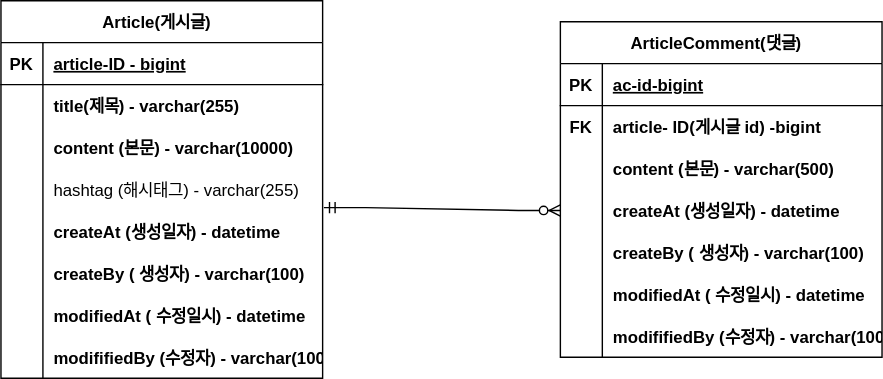
The draw.io diagram document/ERD.svg in sogn2/project-board, before a commit. Source tidied: cells renumbered, new cells last; positions are measured from the earlier drawing's top-left corner, leaving out a move shared by most shapes.
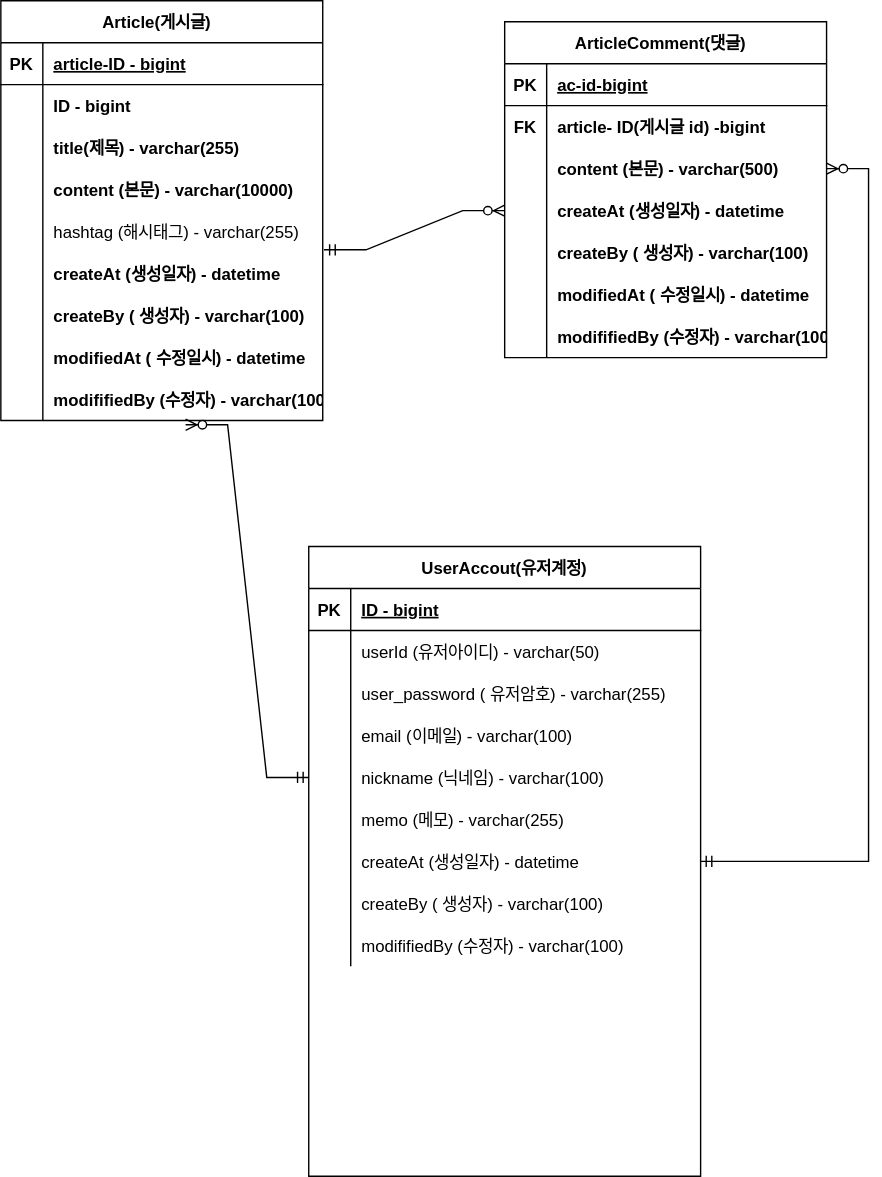
The same diagram one commit later.

Diff of the diagram source:
```diff
@@ -3,7 +3,7 @@
     <mxCell id="0" />
     <mxCell id="1" parent="0" />
     <mxCell id="2" value="Article(게시글)  " style="shape=table;startSize=30;rowLines=0;fontStyle=1;align=center;" parent="1" vertex="1">
-      <mxGeometry width="230" height="270" as="geometry" />
+      <mxGeometry width="230" height="300" as="geometry" />
     </mxCell>
     <mxCell id="3" style="shape=tableRow;horizontal=0;startSize=0;swimlaneHead=0;swimlaneBody=0;fillColor=none;top=0;left=0;right=0;bottom=1;" parent="2" vertex="1">
       <mxGeometry y="30" width="230" height="30" as="geometry" />
@@ -20,11 +20,20 @@
     <mxCell id="7" style="shape=partialRectangle;fillColor=none;top=0;left=0;bottom=0;right=0;overflow=hidden;" parent="6" vertex="1">
       <mxGeometry width="30" height="30" as="geometry" />
     </mxCell>
-    <mxCell id="8" value="title(제목) - varchar(255)" style="shape=partialRectangle;fillColor=none;top=0;left=0;bottom=0;right=0;align=left;spacingLeft=6;overflow=hidden;fontStyle=1;" parent="6" vertex="1">
+    <mxCell id="8" value="ID - bigint" style="shape=partialRectangle;fillColor=none;top=0;left=0;bottom=0;right=0;align=left;spacingLeft=6;overflow=hidden;fontStyle=1;" parent="6" vertex="1">
       <mxGeometry x="30" width="200" height="30" as="geometry" />
     </mxCell>
+    <mxCell id="50" style="shape=tableRow;horizontal=0;startSize=0;swimlaneHead=0;swimlaneBody=0;fillColor=none;top=0;left=0;right=0;bottom=0;" parent="2" vertex="1">
+      <mxGeometry y="90" width="230" height="30" as="geometry" />
+    </mxCell>
+    <mxCell id="51" style="shape=partialRectangle;fillColor=none;top=0;left=0;bottom=0;right=0;overflow=hidden;" parent="50" vertex="1">
+      <mxGeometry width="30" height="30" as="geometry" />
+    </mxCell>
+    <mxCell id="52" value="title(제목) - varchar(255)" style="shape=partialRectangle;fillColor=none;top=0;left=0;bottom=0;right=0;align=left;spacingLeft=6;overflow=hidden;fontStyle=1;" parent="50" vertex="1">
+      <mxGeometry x="30" width="200" height="30" as="geometry" />
+    </mxCell>
     <mxCell id="9" style="shape=tableRow;horizontal=0;startSize=0;swimlaneHead=0;swimlaneBody=0;fillColor=none;top=0;left=0;right=0;bottom=0;" parent="2" vertex="1">
-      <mxGeometry y="90" width="230" height="30" as="geometry" />
+      <mxGeometry y="120" width="230" height="30" as="geometry" />
     </mxCell>
     <mxCell id="10" style="shape=partialRectangle;fillColor=none;top=0;left=0;bottom=0;right=0;overflow=hidden;" parent="9" vertex="1">
       <mxGeometry width="30" height="30" as="geometry" />
@@ -33,7 +42,7 @@
       <mxGeometry x="30" width="200" height="30" as="geometry" />
     </mxCell>
     <mxCell id="12" style="shape=tableRow;horizontal=0;startSize=0;swimlaneHead=0;swimlaneBody=0;fillColor=none;top=0;left=0;right=0;bottom=0;" parent="2" vertex="1">
-      <mxGeometry y="120" width="230" height="30" as="geometry" />
+      <mxGeometry y="150" width="230" height="30" as="geometry" />
     </mxCell>
     <mxCell id="13" style="shape=partialRectangle;fillColor=none;top=0;left=0;bottom=0;right=0;overflow=hidden;" parent="12" vertex="1">
       <mxGeometry width="30" height="30" as="geometry" />
@@ -42,7 +51,7 @@
       <mxGeometry x="30" width="200" height="30" as="geometry" />
     </mxCell>
     <mxCell id="15" style="shape=tableRow;horizontal=0;startSize=0;swimlaneHead=0;swimlaneBody=0;fillColor=none;points=[[0,0.5],[1,0.5]];portConstraint=eastwest;top=0;left=0;right=0;bottom=0;" parent="2" vertex="1">
-      <mxGeometry y="150" width="230" height="30" as="geometry" />
+      <mxGeometry y="180" width="230" height="30" as="geometry" />
     </mxCell>
     <mxCell id="16" style="shape=partialRectangle;fillColor=none;top=0;left=0;bottom=0;right=0;overflow=hidden;" parent="15" vertex="1">
       <mxGeometry width="30" height="30" as="geometry" />
@@ -51,7 +60,7 @@
       <mxGeometry x="30" width="200" height="30" as="geometry" />
     </mxCell>
     <mxCell id="18" style="shape=tableRow;horizontal=0;startSize=0;swimlaneHead=0;swimlaneBody=0;fillColor=none;top=0;left=0;right=0;bottom=0;" parent="2" vertex="1">
-      <mxGeometry y="180" width="230" height="30" as="geometry" />
+      <mxGeometry y="210" width="230" height="30" as="geometry" />
     </mxCell>
     <mxCell id="19" style="shape=partialRectangle;fillColor=none;top=0;left=0;bottom=0;right=0;overflow=hidden;" parent="18" vertex="1">
       <mxGeometry width="30" height="30" as="geometry" />
@@ -60,7 +69,7 @@
       <mxGeometry x="30" width="200" height="30" as="geometry" />
     </mxCell>
     <mxCell id="21" style="shape=tableRow;horizontal=0;startSize=0;swimlaneHead=0;swimlaneBody=0;fillColor=none;top=0;left=0;right=0;bottom=0;" parent="2" vertex="1">
-      <mxGeometry y="210" width="230" height="30" as="geometry" />
+      <mxGeometry y="240" width="230" height="30" as="geometry" />
     </mxCell>
     <mxCell id="22" style="shape=partialRectangle;fillColor=none;top=0;left=0;bottom=0;right=0;overflow=hidden;" parent="21" vertex="1">
       <mxGeometry width="30" height="30" as="geometry" />
@@ -69,7 +78,7 @@
       <mxGeometry x="30" width="200" height="30" as="geometry" />
     </mxCell>
     <mxCell id="24" style="shape=tableRow;horizontal=0;startSize=0;swimlaneHead=0;swimlaneBody=0;fillColor=none;points=[[0,0.5],[1,0.5]];portConstraint=eastwest;top=0;left=0;right=0;bottom=0;" parent="2" vertex="1">
-      <mxGeometry y="240" width="230" height="30" as="geometry" />
+      <mxGeometry y="270" width="230" height="30" as="geometry" />
     </mxCell>
     <mxCell id="25" style="shape=partialRectangle;fillColor=none;top=0;left=0;bottom=0;right=0;overflow=hidden;" parent="24" vertex="1">
       <mxGeometry width="30" height="30" as="geometry" />
@@ -78,7 +87,7 @@
       <mxGeometry x="30" width="200" height="30" as="geometry" />
     </mxCell>
     <mxCell id="27" value="ArticleComment(댓글)  " style="shape=table;startSize=30;rowLines=0;fontStyle=1;align=center;" parent="1" vertex="1">
-      <mxGeometry x="400" y="15" width="230" height="240" as="geometry" />
+      <mxGeometry x="360" y="15" width="230" height="240" as="geometry" />
     </mxCell>
     <mxCell id="28" style="shape=tableRow;horizontal=0;startSize=0;swimlaneHead=0;swimlaneBody=0;fillColor=none;top=0;left=0;right=0;bottom=1;" parent="27" vertex="1">
       <mxGeometry y="30" width="230" height="30" as="geometry" />
@@ -146,5 +155,98 @@
     <mxCell id="49" style="edgeStyle=entityRelationEdgeStyle;fontSize=12;html=1;endArrow=ERzeroToMany;startArrow=ERmandOne;rounded=0;exitX=1.004;exitY=-0.067;exitDx=0;exitDy=0;exitPerimeter=0;entryX=0;entryY=0.5;entryDx=0;entryDy=0;" parent="1" edge="1" source="15" target="37">
       <mxGeometry relative="1" as="geometry" />
     </mxCell>
+    <mxCell id="53" value="UserAccout(유저계정)" style="shape=table;startSize=30;rowLines=0;fontStyle=1;align=center;" parent="1" vertex="1">
+      <mxGeometry x="220" y="390" width="280" height="450" as="geometry" />
+    </mxCell>
+    <mxCell id="54" style="shape=tableRow;horizontal=0;startSize=0;swimlaneHead=0;swimlaneBody=0;fillColor=none;top=0;left=0;right=0;bottom=1;" parent="53" vertex="1">
+      <mxGeometry y="30" width="280" height="30" as="geometry" />
+    </mxCell>
+    <mxCell id="55" value="PK" style="shape=partialRectangle;fillColor=none;top=0;left=0;bottom=0;right=0;fontStyle=1;overflow=hidden;" parent="54" vertex="1">
+      <mxGeometry width="30" height="30" as="geometry" />
+    </mxCell>
+    <mxCell id="56" value="ID - bigint" style="shape=partialRectangle;fillColor=none;top=0;left=0;bottom=0;right=0;align=left;spacingLeft=6;fontStyle=5;overflow=hidden;" parent="54" vertex="1">
+      <mxGeometry x="30" width="250" height="30" as="geometry" />
+    </mxCell>
+    <mxCell id="57" style="shape=tableRow;horizontal=0;startSize=0;swimlaneHead=0;swimlaneBody=0;fillColor=none;top=0;left=0;right=0;bottom=0;" parent="53" vertex="1">
+      <mxGeometry y="60" width="280" height="30" as="geometry" />
+    </mxCell>
+    <mxCell id="58" style="shape=partialRectangle;fillColor=none;top=0;left=0;bottom=0;right=0;overflow=hidden;" parent="57" vertex="1">
+      <mxGeometry width="30" height="30" as="geometry" />
+    </mxCell>
+    <mxCell id="59" value="userId (유저아이디) - varchar(50)" style="shape=partialRectangle;fillColor=none;top=0;left=0;bottom=0;right=0;align=left;spacingLeft=6;overflow=hidden;" parent="57" vertex="1">
+      <mxGeometry x="30" width="250" height="30" as="geometry" />
+    </mxCell>
+    <mxCell id="60" style="shape=tableRow;horizontal=0;startSize=0;swimlaneHead=0;swimlaneBody=0;fillColor=none;top=0;left=0;right=0;bottom=0;" parent="53" vertex="1">
+      <mxGeometry y="90" width="280" height="30" as="geometry" />
+    </mxCell>
+    <mxCell id="61" style="shape=partialRectangle;fillColor=none;top=0;left=0;bottom=0;right=0;overflow=hidden;" parent="60" vertex="1">
+      <mxGeometry width="30" height="30" as="geometry" />
+    </mxCell>
+    <mxCell id="62" value="user_password ( 유저암호) - varchar(255)" style="shape=partialRectangle;fillColor=none;top=0;left=0;bottom=0;right=0;align=left;spacingLeft=6;overflow=hidden;" parent="60" vertex="1">
+      <mxGeometry x="30" width="250" height="30" as="geometry" />
+    </mxCell>
+    <mxCell id="63" style="shape=tableRow;horizontal=0;startSize=0;swimlaneHead=0;swimlaneBody=0;fillColor=none;top=0;left=0;right=0;bottom=0;" parent="53" vertex="1">
+      <mxGeometry y="120" width="280" height="30" as="geometry" />
+    </mxCell>
+    <mxCell id="64" style="shape=partialRectangle;fillColor=none;top=0;left=0;bottom=0;right=0;overflow=hidden;" parent="63" vertex="1">
+      <mxGeometry width="30" height="30" as="geometry" />
+    </mxCell>
+    <mxCell id="65" value="email (이메일) - varchar(100)" style="shape=partialRectangle;fillColor=none;top=0;left=0;bottom=0;right=0;align=left;spacingLeft=6;overflow=hidden;" parent="63" vertex="1">
+      <mxGeometry x="30" width="250" height="30" as="geometry" />
+    </mxCell>
+    <mxCell id="66" style="shape=tableRow;horizontal=0;startSize=0;swimlaneHead=0;swimlaneBody=0;fillColor=none;points=[[0,0.5],[1,0.5]];portConstraint=eastwest;top=0;left=0;right=0;bottom=0;" parent="53" vertex="1">
+      <mxGeometry y="150" width="280" height="30" as="geometry" />
+    </mxCell>
+    <mxCell id="67" style="shape=partialRectangle;fillColor=none;top=0;left=0;bottom=0;right=0;overflow=hidden;" parent="66" vertex="1">
+      <mxGeometry width="30" height="30" as="geometry" />
+    </mxCell>
+    <mxCell id="68" value="nickname (닉네임) - varchar(100)" style="shape=partialRectangle;fillColor=none;top=0;left=0;bottom=0;right=0;align=left;spacingLeft=6;overflow=hidden;" parent="66" vertex="1">
+      <mxGeometry x="30" width="250" height="30" as="geometry" />
+    </mxCell>
+    <mxCell id="69" style="shape=tableRow;horizontal=0;startSize=0;swimlaneHead=0;swimlaneBody=0;fillColor=none;top=0;left=0;right=0;bottom=0;" parent="53" vertex="1">
+      <mxGeometry y="180" width="280" height="30" as="geometry" />
+    </mxCell>
+    <mxCell id="70" style="shape=partialRectangle;fillColor=none;top=0;left=0;bottom=0;right=0;overflow=hidden;" parent="69" vertex="1">
+      <mxGeometry width="30" height="30" as="geometry" />
+    </mxCell>
+    <mxCell id="71" value="memo (메모) - varchar(255)" style="shape=partialRectangle;fillColor=none;top=0;left=0;bottom=0;right=0;align=left;spacingLeft=6;overflow=hidden;" parent="69" vertex="1">
+      <mxGeometry x="30" width="250" height="30" as="geometry" />
+    </mxCell>
+    <mxCell id="72" style="shape=tableRow;horizontal=0;startSize=0;swimlaneHead=0;swimlaneBody=0;fillColor=none;points=[[0,0.5],[1,0.5]];portConstraint=eastwest;top=0;left=0;right=0;bottom=0;" parent="53" vertex="1">
+      <mxGeometry y="210" width="280" height="30" as="geometry" />
+    </mxCell>
+    <mxCell id="73" style="shape=partialRectangle;fillColor=none;top=0;left=0;bottom=0;right=0;overflow=hidden;" parent="72" vertex="1">
+      <mxGeometry width="30" height="30" as="geometry" />
+    </mxCell>
+    <mxCell id="74" value="createAt (생성일자) - datetime" style="shape=partialRectangle;fillColor=none;top=0;left=0;bottom=0;right=0;align=left;spacingLeft=6;overflow=hidden;" parent="72" vertex="1">
+      <mxGeometry x="30" width="250" height="30" as="geometry" />
+    </mxCell>
+    <mxCell id="75" style="shape=tableRow;horizontal=0;startSize=0;swimlaneHead=0;swimlaneBody=0;fillColor=none;top=0;left=0;right=0;bottom=0;" parent="53" vertex="1">
+      <mxGeometry y="240" width="280" height="30" as="geometry" />
+    </mxCell>
+    <mxCell id="76" style="shape=partialRectangle;fillColor=none;top=0;left=0;bottom=0;right=0;overflow=hidden;" parent="75" vertex="1">
+      <mxGeometry width="30" height="30" as="geometry" />
+    </mxCell>
+    <mxCell id="77" value="createBy ( 생성자) - varchar(100)" style="shape=partialRectangle;fillColor=none;top=0;left=0;bottom=0;right=0;align=left;spacingLeft=6;overflow=hidden;" parent="75" vertex="1">
+      <mxGeometry x="30" width="250" height="30" as="geometry" />
+    </mxCell>
+    <mxCell id="78" style="shape=tableRow;horizontal=0;startSize=0;swimlaneHead=0;swimlaneBody=0;fillColor=none;top=0;left=0;right=0;bottom=0;" parent="53" vertex="1">
+      <mxGeometry y="270" width="280" height="30" as="geometry" />
+    </mxCell>
+    <mxCell id="79" style="shape=partialRectangle;fillColor=none;top=0;left=0;bottom=0;right=0;overflow=hidden;" parent="78" vertex="1">
+      <mxGeometry width="30" height="30" as="geometry" />
+    </mxCell>
+    <mxCell id="80" value="modififiedBy (수정자) - varchar(100)" style="shape=partialRectangle;fillColor=none;top=0;left=0;bottom=0;right=0;align=left;spacingLeft=6;overflow=hidden;" parent="78" vertex="1">
+      <mxGeometry x="30" width="250" height="30" as="geometry" />
+    </mxCell>
+    <mxCell id="81" style="shape=partialRectangle;fillColor=none;top=0;left=0;bottom=0;right=0;overflow=hidden;" parent="1" vertex="1">
+      <mxGeometry x="170" y="490" width="30" height="30" as="geometry" />
+    </mxCell>
+    <mxCell id="82" style="edgeStyle=entityRelationEdgeStyle;fontSize=12;html=1;endArrow=ERzeroToMany;startArrow=ERmandOne;rounded=0;entryX=0.574;entryY=1.1;entryDx=0;entryDy=0;exitX=0;exitY=0.5;exitDx=0;exitDy=0;entryPerimeter=0;" parent="1" edge="1" source="66" target="24">
+      <mxGeometry relative="1" as="geometry" />
+    </mxCell>
+    <mxCell id="83" style="edgeStyle=entityRelationEdgeStyle;fontSize=12;html=1;endArrow=ERzeroToMany;startArrow=ERmandOne;rounded=0;exitX=1;exitY=0.5;exitDx=0;exitDy=0;" parent="1" edge="1" source="72" target="34">
+      <mxGeometry relative="1" as="geometry" />
+    </mxCell>
   </root>
 </mxGraphModel>
```
